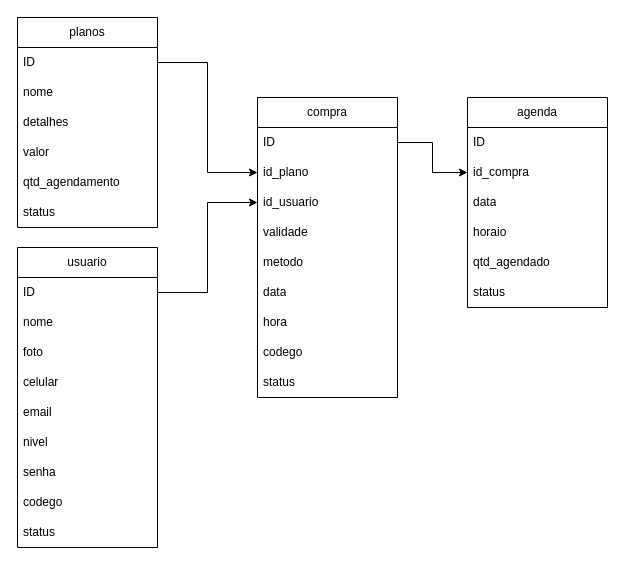
PauloTIgit/Portfolio keeps this draw.io diagram as .github/Diagrama sem nome.drawio. Above is the earlier version. Source tidied: cells renumbered, new cells numbered last; positions are measured from the earlier drawing's top-left corner, leaving out a move shared by most shapes. Both pictures are drawn from the tidied source at 100%, with x=0, y=0 at pixel (17, 17).
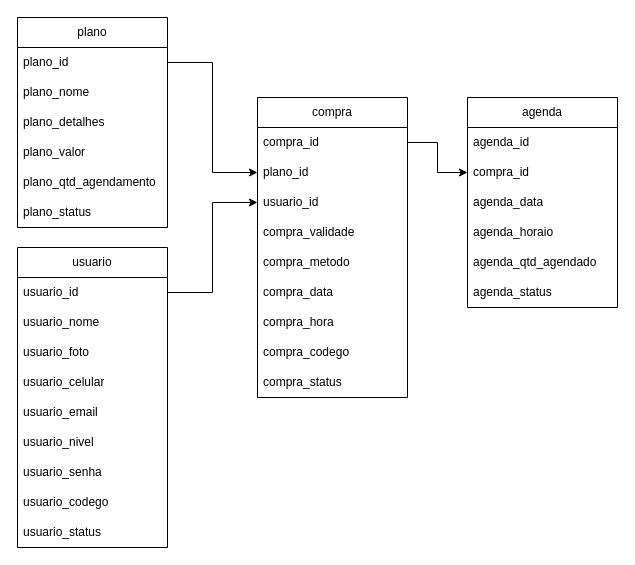
The same diagram, later.

Commit message:
BANCO DE DADOS MAKEFLIX

The edit, as a diff of the source:
```diff
@@
     <mxCell id="2" value="usuario" style="swimlane;fontStyle=0;horizontal=1;startSize=30;whiteSpace=wrap;html=1;" parent="1" vertex="1">
-      <mxGeometry y="230" width="140" height="300" as="geometry" />
+      <mxGeometry y="230" width="150" height="300" as="geometry" />
     </mxCell>
-    <mxCell id="3" value="ID" style="text;strokeColor=none;fillColor=none;align=left;verticalAlign=middle;spacingLeft=4;spacingRight=4;overflow=hidden;points=[[0,0.5],[1,0.5]];portConstraint=eastwest;whiteSpace=wrap;html=1;shadow=0;" parent="2" vertex="1">
-      <mxGeometry y="30" width="140" height="30" as="geometry" />
+    <mxCell id="3" value="usuario_id" style="text;strokeColor=none;fillColor=none;align=left;verticalAlign=middle;spacingLeft=4;spacingRight=4;overflow=hidden;points=[[0,0.5],[1,0.5]];portConstraint=eastwest;whiteSpace=wrap;html=1;shadow=0;" parent="2" vertex="1">
+      <mxGeometry y="30" width="150" height="30" as="geometry" />
     </mxCell>
-    <mxCell id="4" value="nome" style="text;strokeColor=none;fillColor=none;align=left;verticalAlign=middle;spacingLeft=4;spacingRight=4;overflow=hidden;whiteSpace=wrap;html=1;rounded=0;" parent="2" vertex="1">
-      <mxGeometry y="60" width="140" height="30" as="geometry" />
+    <mxCell id="4" value="usuario_nome" style="text;strokeColor=none;fillColor=none;align=left;verticalAlign=middle;spacingLeft=4;spacingRight=4;overflow=hidden;whiteSpace=wrap;html=1;rounded=0;" parent="2" vertex="1">
+      <mxGeometry y="60" width="150" height="30" as="geometry" />
     </mxCell>
-    <mxCell id="5" value="foto" style="text;strokeColor=none;fillColor=none;align=left;verticalAlign=middle;spacingLeft=4;spacingRight=4;overflow=hidden;whiteSpace=wrap;html=1;" parent="2" vertex="1">
-      <mxGeometry y="90" width="140" height="30" as="geometry" />
+    <mxCell id="5" value="usuario_foto" style="text;strokeColor=none;fillColor=none;align=left;verticalAlign=middle;spacingLeft=4;spacingRight=4;overflow=hidden;whiteSpace=wrap;html=1;" parent="2" vertex="1">
+      <mxGeometry y="90" width="150" height="30" as="geometry" />
     </mxCell>
-    <mxCell id="6" value="celular" style="text;strokeColor=none;fillColor=none;align=left;verticalAlign=middle;spacingLeft=4;spacingRight=4;overflow=hidden;whiteSpace=wrap;html=1;" parent="2" vertex="1">
-      <mxGeometry y="120" width="140" height="30" as="geometry" />
+    <mxCell id="6" value="usuario_celular" style="text;strokeColor=none;fillColor=none;align=left;verticalAlign=middle;spacingLeft=4;spacingRight=4;overflow=hidden;whiteSpace=wrap;html=1;" parent="2" vertex="1">
+      <mxGeometry y="120" width="150" height="30" as="geometry" />
     </mxCell>
-    <mxCell id="7" value="email" style="text;strokeColor=none;fillColor=none;align=left;verticalAlign=middle;spacingLeft=4;spacingRight=4;overflow=hidden;whiteSpace=wrap;html=1;" parent="2" vertex="1">
-      <mxGeometry y="150" width="140" height="30" as="geometry" />
+    <mxCell id="7" value="usuario_email" style="text;strokeColor=none;fillColor=none;align=left;verticalAlign=middle;spacingLeft=4;spacingRight=4;overflow=hidden;whiteSpace=wrap;html=1;" parent="2" vertex="1">
+      <mxGeometry y="150" width="150" height="30" as="geometry" />
     </mxCell>
-    <mxCell id="8" value="nivel" style="text;strokeColor=none;fillColor=none;align=left;verticalAlign=middle;spacingLeft=4;spacingRight=4;overflow=hidden;whiteSpace=wrap;html=1;" parent="2" vertex="1">
-      <mxGeometry y="180" width="140" height="30" as="geometry" />
+    <mxCell id="8" value="usuario_nivel" style="text;strokeColor=none;fillColor=none;align=left;verticalAlign=middle;spacingLeft=4;spacingRight=4;overflow=hidden;whiteSpace=wrap;html=1;" parent="2" vertex="1">
+      <mxGeometry y="180" width="150" height="30" as="geometry" />
     </mxCell>
-    <mxCell id="9" value="senha" style="text;strokeColor=none;fillColor=none;align=left;verticalAlign=middle;spacingLeft=4;spacingRight=4;overflow=hidden;whiteSpace=wrap;html=1;" parent="2" vertex="1">
-      <mxGeometry y="210" width="140" height="30" as="geometry" />
+    <mxCell id="9" value="usuario_senha" style="text;strokeColor=none;fillColor=none;align=left;verticalAlign=middle;spacingLeft=4;spacingRight=4;overflow=hidden;whiteSpace=wrap;html=1;" parent="2" vertex="1">
+      <mxGeometry y="210" width="150" height="30" as="geometry" />
     </mxCell>
-    <mxCell id="10" value="codego" style="text;strokeColor=none;fillColor=none;align=left;verticalAlign=middle;spacingLeft=4;spacingRight=4;overflow=hidden;whiteSpace=wrap;html=1;" parent="2" vertex="1">
-      <mxGeometry y="240" width="140" height="30" as="geometry" />
+    <mxCell id="10" value="usuario_codego" style="text;strokeColor=none;fillColor=none;align=left;verticalAlign=middle;spacingLeft=4;spacingRight=4;overflow=hidden;whiteSpace=wrap;html=1;" parent="2" vertex="1">
+      <mxGeometry y="240" width="150" height="30" as="geometry" />
     </mxCell>
-    <mxCell id="11" value="status" style="text;strokeColor=none;fillColor=none;align=left;verticalAlign=middle;spacingLeft=4;spacingRight=4;overflow=hidden;whiteSpace=wrap;html=1;" parent="2" vertex="1">
-      <mxGeometry y="270" width="140" height="30" as="geometry" />
+    <mxCell id="11" value="usuario_status" style="text;strokeColor=none;fillColor=none;align=left;verticalAlign=middle;spacingLeft=4;spacingRight=4;overflow=hidden;whiteSpace=wrap;html=1;" parent="2" vertex="1">
+      <mxGeometry y="270" width="150" height="30" as="geometry" />
     </mxCell>
-    <mxCell id="12" value="planos" style="swimlane;fontStyle=0;horizontal=1;startSize=30;whiteSpace=wrap;html=1;" parent="1" vertex="1">
-      <mxGeometry width="140" height="210" as="geometry" />
+    <mxCell id="12" value="plano" style="swimlane;fontStyle=0;horizontal=1;startSize=30;whiteSpace=wrap;html=1;" parent="1" vertex="1">
+      <mxGeometry width="150" height="210" as="geometry" />
     </mxCell>
-    <mxCell id="13" value="ID" style="text;strokeColor=none;fillColor=none;align=left;verticalAlign=middle;spacingLeft=4;spacingRight=4;overflow=hidden;points=[[0,0.5],[1,0.5]];portConstraint=eastwest;whiteSpace=wrap;html=1;" parent="12" vertex="1">
-      <mxGeometry y="30" width="140" height="30" as="geometry" />
+    <mxCell id="13" value="plano_id" style="text;strokeColor=none;fillColor=none;align=left;verticalAlign=middle;spacingLeft=4;spacingRight=4;overflow=hidden;points=[[0,0.5],[1,0.5]];portConstraint=eastwest;whiteSpace=wrap;html=1;" parent="12" vertex="1">
+      <mxGeometry y="30" width="150" height="30" as="geometry" />
     </mxCell>
-    <mxCell id="14" value="nome" style="text;strokeColor=none;fillColor=none;align=left;verticalAlign=middle;spacingLeft=4;spacingRight=4;overflow=hidden;whiteSpace=wrap;html=1;rounded=0;" parent="12" vertex="1">
-      <mxGeometry y="60" width="140" height="30" as="geometry" />
+    <mxCell id="14" value="plano_nome" style="text;strokeColor=none;fillColor=none;align=left;verticalAlign=middle;spacingLeft=4;spacingRight=4;overflow=hidden;whiteSpace=wrap;html=1;rounded=0;" parent="12" vertex="1">
+      <mxGeometry y="60" width="150" height="30" as="geometry" />
     </mxCell>
-    <mxCell id="15" value="detalhes" style="text;strokeColor=none;fillColor=none;align=left;verticalAlign=middle;spacingLeft=4;spacingRight=4;overflow=hidden;whiteSpace=wrap;html=1;" parent="12" vertex="1">
-      <mxGeometry y="90" width="140" height="30" as="geometry" />
+    <mxCell id="15" value="plano_detalhes" style="text;strokeColor=none;fillColor=none;align=left;verticalAlign=middle;spacingLeft=4;spacingRight=4;overflow=hidden;whiteSpace=wrap;html=1;" parent="12" vertex="1">
+      <mxGeometry y="90" width="150" height="30" as="geometry" />
     </mxCell>
-    <mxCell id="16" value="valor" style="text;strokeColor=none;fillColor=none;align=left;verticalAlign=middle;spacingLeft=4;spacingRight=4;overflow=hidden;whiteSpace=wrap;html=1;" parent="12" vertex="1">
-      <mxGeometry y="120" width="140" height="30" as="geometry" />
+    <mxCell id="16" value="plano_valor" style="text;strokeColor=none;fillColor=none;align=left;verticalAlign=middle;spacingLeft=4;spacingRight=4;overflow=hidden;whiteSpace=wrap;html=1;" parent="12" vertex="1">
+      <mxGeometry y="120" width="150" height="30" as="geometry" />
     </mxCell>
-    <mxCell id="17" value="qtd_agendamento" style="text;strokeColor=none;fillColor=none;align=left;verticalAlign=middle;spacingLeft=4;spacingRight=4;overflow=hidden;whiteSpace=wrap;html=1;" parent="12" vertex="1">
-      <mxGeometry y="150" width="140" height="30" as="geometry" />
+    <mxCell id="17" value="plano_qtd_agendamento" style="text;strokeColor=none;fillColor=none;align=left;verticalAlign=middle;spacingLeft=4;spacingRight=4;overflow=hidden;whiteSpace=wrap;html=1;" parent="12" vertex="1">
+      <mxGeometry y="150" width="150" height="30" as="geometry" />
     </mxCell>
-    <mxCell id="18" value="status" style="text;strokeColor=none;fillColor=none;align=left;verticalAlign=middle;spacingLeft=4;spacingRight=4;overflow=hidden;whiteSpace=wrap;html=1;" parent="12" vertex="1">
-      <mxGeometry y="180" width="140" height="30" as="geometry" />
+    <mxCell id="18" value="plano_status" style="text;strokeColor=none;fillColor=none;align=left;verticalAlign=middle;spacingLeft=4;spacingRight=4;overflow=hidden;whiteSpace=wrap;html=1;" parent="12" vertex="1">
+      <mxGeometry y="180" width="150" height="30" as="geometry" />
     </mxCell>
     <mxCell id="19" value="agenda" style="swimlane;fontStyle=0;horizontal=1;startSize=30;whiteSpace=wrap;html=1;" parent="1" vertex="1">
-      <mxGeometry x="450" y="80" width="140" height="210" as="geometry" />
+      <mxGeometry x="450" y="80" width="150" height="210" as="geometry" />
     </mxCell>
-    <mxCell id="20" value="ID" style="text;strokeColor=none;fillColor=none;align=left;verticalAlign=middle;spacingLeft=4;spacingRight=4;overflow=hidden;whiteSpace=wrap;html=1;" parent="19" vertex="1">
-      <mxGeometry y="30" width="140" height="30" as="geometry" />
+    <mxCell id="20" value="agenda_id" style="text;strokeColor=none;fillColor=none;align=left;verticalAlign=middle;spacingLeft=4;spacingRight=4;overflow=hidden;whiteSpace=wrap;html=1;" parent="19" vertex="1">
+      <mxGeometry y="30" width="150" height="30" as="geometry" />
     </mxCell>
-    <mxCell id="21" value="id_compra" style="text;strokeColor=none;fillColor=none;align=left;verticalAlign=middle;spacingLeft=4;spacingRight=4;overflow=hidden;points=[[0,0.5],[1,0.5]];portConstraint=eastwest;whiteSpace=wrap;html=1;" parent="19" vertex="1">
-      <mxGeometry y="60" width="140" height="30" as="geometry" />
+    <mxCell id="21" value="compra_id" style="text;strokeColor=none;fillColor=none;align=left;verticalAlign=middle;spacingLeft=4;spacingRight=4;overflow=hidden;points=[[0,0.5],[1,0.5]];portConstraint=eastwest;whiteSpace=wrap;html=1;" parent="19" vertex="1">
+      <mxGeometry y="60" width="150" height="30" as="geometry" />
     </mxCell>
-    <mxCell id="22" value="data" style="text;strokeColor=none;fillColor=none;align=left;verticalAlign=middle;spacingLeft=4;spacingRight=4;overflow=hidden;whiteSpace=wrap;html=1;" parent="19" vertex="1">
-      <mxGeometry y="90" width="140" height="30" as="geometry" />
+    <mxCell id="22" value="agenda_data" style="text;strokeColor=none;fillColor=none;align=left;verticalAlign=middle;spacingLeft=4;spacingRight=4;overflow=hidden;whiteSpace=wrap;html=1;" parent="19" vertex="1">
+      <mxGeometry y="90" width="150" height="30" as="geometry" />
     </mxCell>
-    <mxCell id="23" value="horaio" style="text;strokeColor=none;fillColor=none;align=left;verticalAlign=middle;spacingLeft=4;spacingRight=4;overflow=hidden;whiteSpace=wrap;html=1;" parent="19" vertex="1">
-      <mxGeometry y="120" width="140" height="30" as="geometry" />
+    <mxCell id="23" value="agenda_horaio" style="text;strokeColor=none;fillColor=none;align=left;verticalAlign=middle;spacingLeft=4;spacingRight=4;overflow=hidden;whiteSpace=wrap;html=1;" parent="19" vertex="1">
+      <mxGeometry y="120" width="150" height="30" as="geometry" />
     </mxCell>
-    <mxCell id="24" value="qtd_agendado" style="text;strokeColor=none;fillColor=none;align=left;verticalAlign=middle;spacingLeft=4;spacingRight=4;overflow=hidden;whiteSpace=wrap;html=1;" parent="19" vertex="1">
-      <mxGeometry y="150" width="140" height="30" as="geometry" />
+    <mxCell id="24" value="agenda_qtd_agendado" style="text;strokeColor=none;fillColor=none;align=left;verticalAlign=middle;spacingLeft=4;spacingRight=4;overflow=hidden;whiteSpace=wrap;html=1;" parent="19" vertex="1">
+      <mxGeometry y="150" width="150" height="30" as="geometry" />
     </mxCell>
-    <mxCell id="25" value="status" style="text;strokeColor=none;fillColor=none;align=left;verticalAlign=middle;spacingLeft=4;spacingRight=4;overflow=hidden;whiteSpace=wrap;html=1;" parent="19" vertex="1">
-      <mxGeometry y="180" width="140" height="30" as="geometry" />
+    <mxCell id="25" value="agenda_status" style="text;strokeColor=none;fillColor=none;align=left;verticalAlign=middle;spacingLeft=4;spacingRight=4;overflow=hidden;whiteSpace=wrap;html=1;" parent="19" vertex="1">
+      <mxGeometry y="180" width="150" height="30" as="geometry" />
     </mxCell>
     <mxCell id="26" value="compra" style="swimlane;fontStyle=0;horizontal=1;startSize=30;whiteSpace=wrap;html=1;" parent="1" vertex="1">
-      <mxGeometry x="240" y="80" width="140" height="300" as="geometry" />
+      <mxGeometry x="240" y="80" width="150" height="300" as="geometry" />
     </mxCell>
-    <mxCell id="27" value="ID" style="text;strokeColor=none;fillColor=none;align=left;verticalAlign=middle;spacingLeft=4;spacingRight=4;overflow=hidden;points=[[0,0.5],[1,0.5]];portConstraint=eastwest;whiteSpace=wrap;html=1;" parent="26" vertex="1">
-      <mxGeometry y="30" width="140" height="30" as="geometry" />
+    <mxCell id="27" value="compra_id" style="text;strokeColor=none;fillColor=none;align=left;verticalAlign=middle;spacingLeft=4;spacingRight=4;overflow=hidden;points=[[0,0.5],[1,0.5]];portConstraint=eastwest;whiteSpace=wrap;html=1;" parent="26" vertex="1">
+      <mxGeometry y="30" width="150" height="30" as="geometry" />
     </mxCell>
-    <mxCell id="28" value="id_plano" style="text;strokeColor=none;fillColor=none;align=left;verticalAlign=middle;spacingLeft=4;spacingRight=4;overflow=hidden;points=[[0,0.5],[1,0.5]];portConstraint=eastwest;whiteSpace=wrap;html=1;" parent="26" vertex="1">
-      <mxGeometry y="60" width="140" height="30" as="geometry" />
+    <mxCell id="28" value="plano_id" style="text;strokeColor=none;fillColor=none;align=left;verticalAlign=middle;spacingLeft=4;spacingRight=4;overflow=hidden;points=[[0,0.5],[1,0.5]];portConstraint=eastwest;whiteSpace=wrap;html=1;" parent="26" vertex="1">
+      <mxGeometry y="60" width="150" height="30" as="geometry" />
     </mxCell>
-    <mxCell id="29" value="id_usuario" style="text;strokeColor=none;fillColor=none;align=left;verticalAlign=middle;spacingLeft=4;spacingRight=4;overflow=hidden;points=[[0,0.5],[1,0.5]];portConstraint=eastwest;whiteSpace=wrap;html=1;" parent="26" vertex="1">
-      <mxGeometry y="90" width="140" height="30" as="geometry" />
+    <mxCell id="29" value="usuario_id" style="text;strokeColor=none;fillColor=none;align=left;verticalAlign=middle;spacingLeft=4;spacingRight=4;overflow=hidden;points=[[0,0.5],[1,0.5]];portConstraint=eastwest;whiteSpace=wrap;html=1;" parent="26" vertex="1">
+      <mxGeometry y="90" width="150" height="30" as="geometry" />
     </mxCell>
-    <mxCell id="30" value="validade" style="text;strokeColor=none;fillColor=none;align=left;verticalAlign=middle;spacingLeft=4;spacingRight=4;overflow=hidden;whiteSpace=wrap;html=1;" parent="26" vertex="1">
-      <mxGeometry y="120" width="140" height="30" as="geometry" />
+    <mxCell id="30" value="compra_validade" style="text;strokeColor=none;fillColor=none;align=left;verticalAlign=middle;spacingLeft=4;spacingRight=4;overflow=hidden;whiteSpace=wrap;html=1;" parent="26" vertex="1">
+      <mxGeometry y="120" width="150" height="30" as="geometry" />
     </mxCell>
-    <mxCell id="31" value="metodo" style="text;strokeColor=none;fillColor=none;align=left;verticalAlign=middle;spacingLeft=4;spacingRight=4;overflow=hidden;whiteSpace=wrap;html=1;" parent="26" vertex="1">
-      <mxGeometry y="150" width="140" height="30" as="geometry" />
+    <mxCell id="31" value="compra_metodo" style="text;strokeColor=none;fillColor=none;align=left;verticalAlign=middle;spacingLeft=4;spacingRight=4;overflow=hidden;whiteSpace=wrap;html=1;" parent="26" vertex="1">
+      <mxGeometry y="150" width="150" height="30" as="geometry" />
     </mxCell>
-    <mxCell id="32" value="data" style="text;strokeColor=none;fillColor=none;align=left;verticalAlign=middle;spacingLeft=4;spacingRight=4;overflow=hidden;whiteSpace=wrap;html=1;" parent="26" vertex="1">
-      <mxGeometry y="180" width="140" height="30" as="geometry" />
+    <mxCell id="32" value="compra_data" style="text;strokeColor=none;fillColor=none;align=left;verticalAlign=middle;spacingLeft=4;spacingRight=4;overflow=hidden;whiteSpace=wrap;html=1;" parent="26" vertex="1">
+      <mxGeometry y="180" width="150" height="30" as="geometry" />
     </mxCell>
-    <mxCell id="33" value="hora" style="text;strokeColor=none;fillColor=none;align=left;verticalAlign=middle;spacingLeft=4;spacingRight=4;overflow=hidden;whiteSpace=wrap;html=1;" parent="26" vertex="1">
-      <mxGeometry y="210" width="140" height="30" as="geometry" />
+    <mxCell id="33" value="compra_hora" style="text;strokeColor=none;fillColor=none;align=left;verticalAlign=middle;spacingLeft=4;spacingRight=4;overflow=hidden;whiteSpace=wrap;html=1;" parent="26" vertex="1">
+      <mxGeometry y="210" width="150" height="30" as="geometry" />
     </mxCell>
-    <mxCell id="34" value="codego" style="text;strokeColor=none;fillColor=none;align=left;verticalAlign=middle;spacingLeft=4;spacingRight=4;overflow=hidden;whiteSpace=wrap;html=1;" parent="26" vertex="1">
-      <mxGeometry y="240" width="140" height="30" as="geometry" />
+    <mxCell id="34" value="compra_codego" style="text;strokeColor=none;fillColor=none;align=left;verticalAlign=middle;spacingLeft=4;spacingRight=4;overflow=hidden;whiteSpace=wrap;html=1;" parent="26" vertex="1">
+      <mxGeometry y="240" width="150" height="30" as="geometry" />
     </mxCell>
-    <mxCell id="35" value="status" style="text;strokeColor=none;fillColor=none;align=left;verticalAlign=middle;spacingLeft=4;spacingRight=4;overflow=hidden;whiteSpace=wrap;html=1;" parent="26" vertex="1">
-      <mxGeometry y="270" width="140" height="30" as="geometry" />
+    <mxCell id="35" value="compra_status" style="text;strokeColor=none;fillColor=none;align=left;verticalAlign=middle;spacingLeft=4;spacingRight=4;overflow=hidden;whiteSpace=wrap;html=1;" parent="26" vertex="1">
+      <mxGeometry y="270" width="150" height="30" as="geometry" />
     </mxCell>
```
